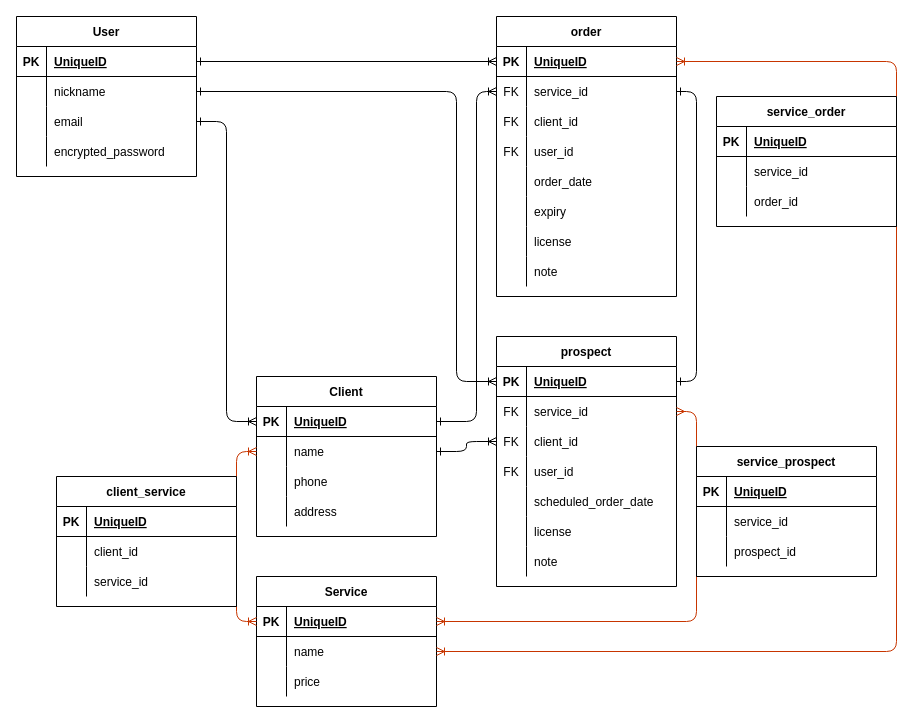
The draw.io diagram er.dio in Shibuya4869/crm-37276, before the edit. Source tidied: cells renumbered, new cells numbered last; positions are measured from the earlier drawing's top-left corner, leaving out a move shared by most shapes. Both pictures are drawn from the tidied source at 100%, with x=0, y=0 at pixel (16, 16).
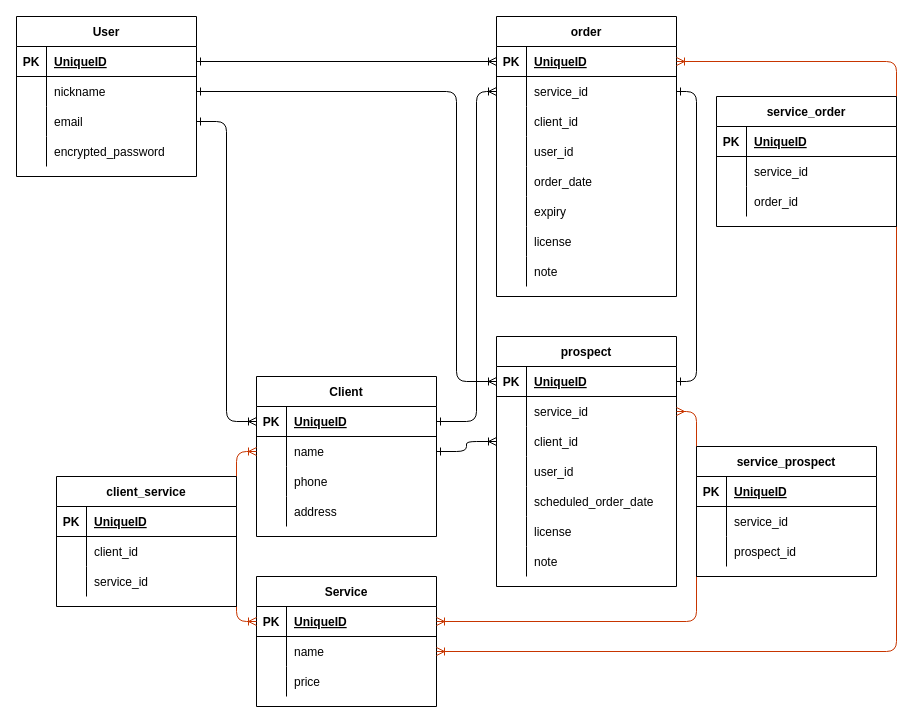
Above is the later version.

Unchanged cells that the change refers to:
```xml
<mxCell id="42" style="shape=partialRectangle;fillColor=none;top=0;left=0;bottom=0;right=0;points=[[0,0.5],[1,0.5]];portConstraint=eastwest;" parent="38" vertex="1">
  <mxGeometry y="60" width="180" height="30" as="geometry" />
</mxCell>
<mxCell id="45" style="shape=partialRectangle;fillColor=none;top=0;left=0;bottom=0;right=0;points=[[0,0.5],[1,0.5]];portConstraint=eastwest;" parent="38" vertex="1">
  <mxGeometry y="90" width="180" height="30" as="geometry" />
</mxCell>
<mxCell id="48" style="shape=partialRectangle;fillColor=none;top=0;left=0;bottom=0;right=0;" parent="38" vertex="1">
  <mxGeometry y="120" width="180" height="30" as="geometry" />
</mxCell>
<mxCell id="64" style="shape=partialRectangle;fillColor=none;top=0;left=0;bottom=0;right=0;points=[[0,0.5],[1,0.5]];portConstraint=eastwest;" parent="60" vertex="1">
  <mxGeometry y="60" width="180" height="30" as="geometry" />
</mxCell>
<mxCell id="67" style="shape=partialRectangle;fillColor=none;top=0;left=0;bottom=0;right=0;" parent="60" vertex="1">
  <mxGeometry y="90" width="180" height="30" as="geometry" />
</mxCell>
<mxCell id="70" style="shape=partialRectangle;fillColor=none;top=0;left=0;bottom=0;right=0;" parent="60" vertex="1">
  <mxGeometry y="120" width="180" height="30" as="geometry" />
</mxCell>
```

What changed in the source:
```diff
@@
-    <mxCell id="43" value="FK" style="shape=partialRectangle;fillColor=none;top=0;left=0;bottom=0;right=0;overflow=hidden;" parent="42" vertex="1">
+    <mxCell id="43" style="shape=partialRectangle;fillColor=none;top=0;left=0;bottom=0;right=0;overflow=hidden;" parent="42" vertex="1">
       <mxGeometry width="30" height="30" as="geometry" />
     </mxCell>
@@
-    <mxCell id="46" value="FK" style="shape=partialRectangle;fillColor=none;top=0;left=0;bottom=0;right=0;overflow=hidden;" parent="45" vertex="1">
+    <mxCell id="46" style="shape=partialRectangle;fillColor=none;top=0;left=0;bottom=0;right=0;overflow=hidden;" parent="45" vertex="1">
       <mxGeometry width="30" height="30" as="geometry" />
     </mxCell>
@@
-    <mxCell id="49" value="FK" style="shape=partialRectangle;fillColor=none;top=0;left=0;bottom=0;right=0;overflow=hidden;" parent="48" vertex="1">
+    <mxCell id="49" style="shape=partialRectangle;fillColor=none;top=0;left=0;bottom=0;right=0;overflow=hidden;" parent="48" vertex="1">
       <mxGeometry width="30" height="30" as="geometry" />
     </mxCell>
@@
-    <mxCell id="65" value="FK" style="shape=partialRectangle;fillColor=none;top=0;left=0;bottom=0;right=0;overflow=hidden;" parent="64" vertex="1">
+    <mxCell id="65" style="shape=partialRectangle;fillColor=none;top=0;left=0;bottom=0;right=0;overflow=hidden;" parent="64" vertex="1">
       <mxGeometry width="30" height="30" as="geometry" />
     </mxCell>
@@
-    <mxCell id="68" value="FK" style="shape=partialRectangle;fillColor=none;top=0;left=0;bottom=0;right=0;overflow=hidden;" parent="67" vertex="1">
+    <mxCell id="68" style="shape=partialRectangle;fillColor=none;top=0;left=0;bottom=0;right=0;overflow=hidden;" parent="67" vertex="1">
       <mxGeometry width="30" height="30" as="geometry" />
     </mxCell>
@@
-    <mxCell id="71" value="FK" style="shape=partialRectangle;fillColor=none;top=0;left=0;bottom=0;right=0;overflow=hidden;" parent="70" vertex="1">
+    <mxCell id="71" style="shape=partialRectangle;fillColor=none;top=0;left=0;bottom=0;right=0;overflow=hidden;" parent="70" vertex="1">
       <mxGeometry width="30" height="30" as="geometry" />
     </mxCell>
```
